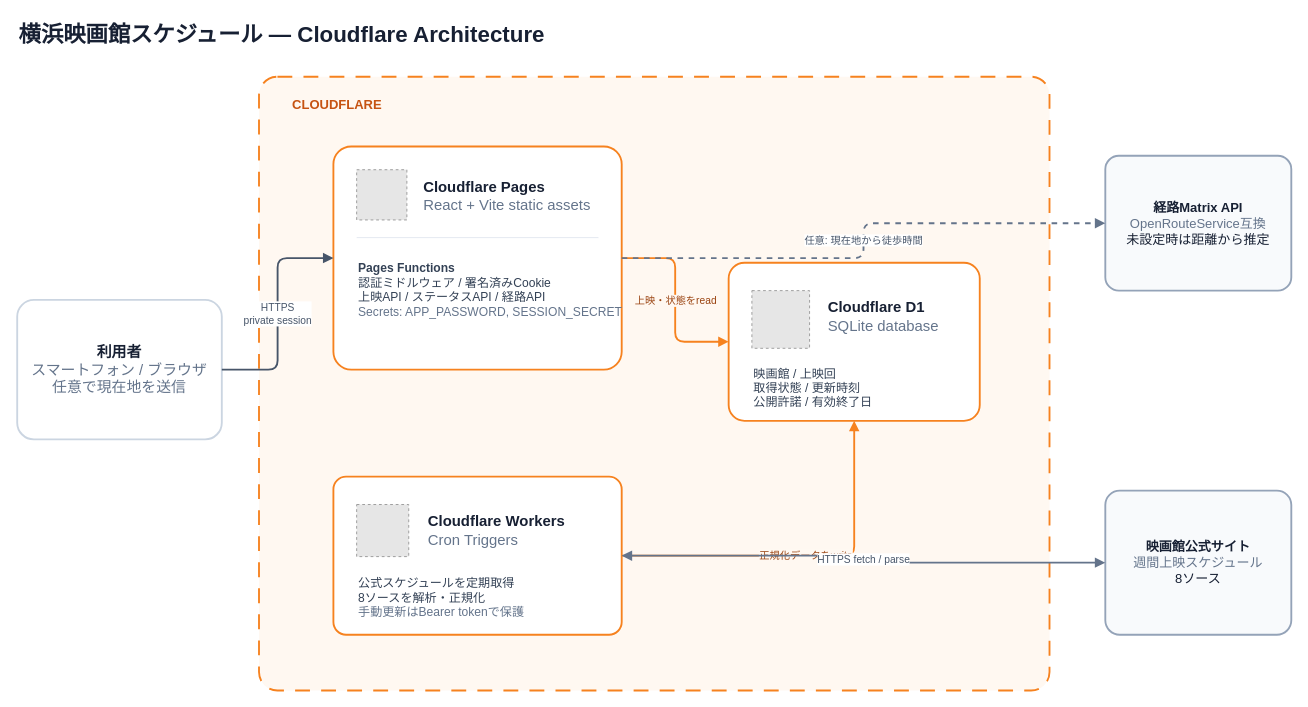
Earlier version of the draw.io diagram docs/architecture/cloudflare-architecture.drawio (daylight55/yokohama-cinema-schedule). Source tidied: cells renumbered, new cells numbered last; positions are measured from the earlier drawing's top-left corner, leaving out a move shared by most shapes. Both pictures are drawn from the tidied source at 93%, with x=0, y=0 at pixel (17, 16). Pictures stored in the file or linked from it are replaced by grey dashed boxes.
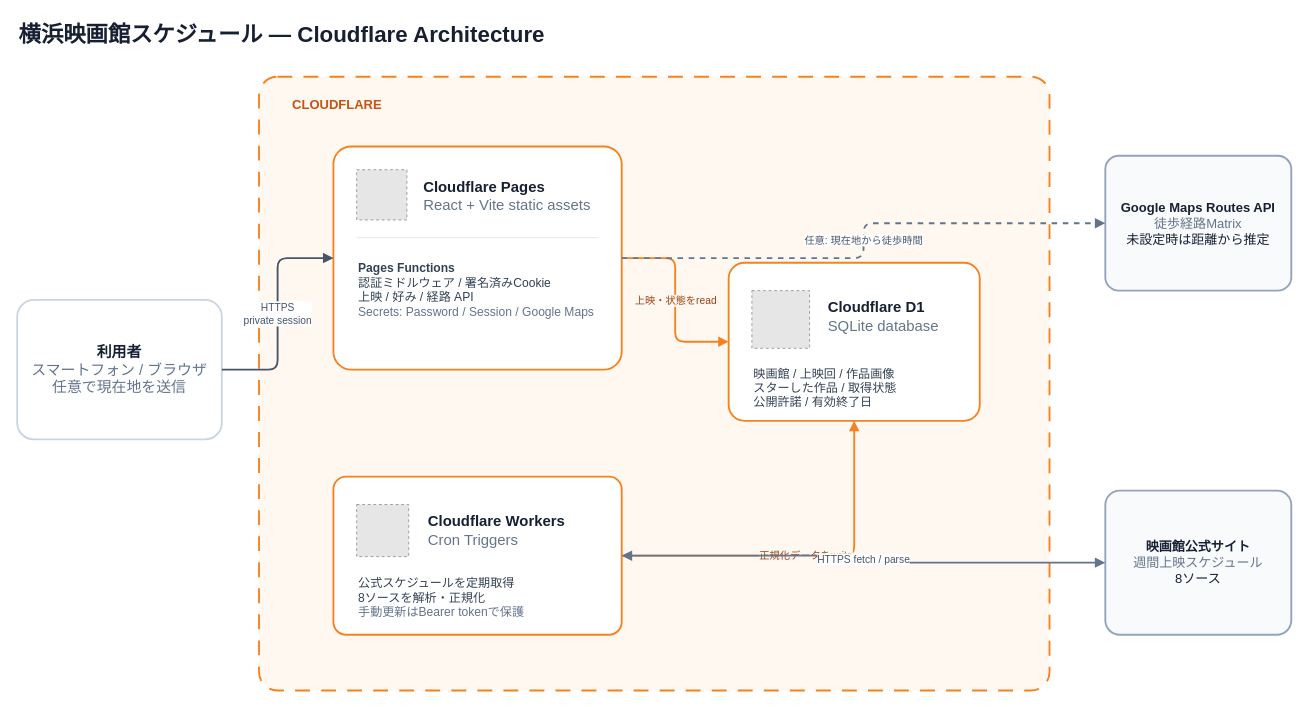
After the change.

The edit, as a diff of the source:
```diff
@@
-    <mxCell id="10" value="&lt;b&gt;Pages Functions&lt;/b&gt;&lt;br&gt;認証ミドルウェア / 署名済みCookie&lt;br&gt;上映API / ステータスAPI / 経路API&lt;br&gt;&lt;font color=&quot;#64748B&quot;&gt;Secrets: APP_PASSWORD, SESSION_SECRET&lt;/font&gt;" style="text;html=1;strokeColor=none;fillColor=none;align=left;verticalAlign=top;fontSize=13;fontColor=#334155;spacingTop=4;" parent="1" vertex="1">
+    <mxCell id="10" value="&lt;b&gt;Pages Functions&lt;/b&gt;&lt;br&gt;認証ミドルウェア / 署名済みCookie&lt;br&gt;上映 / 好み / 経路 API&lt;br&gt;&lt;font color=&quot;#64748B&quot;&gt;Secrets: Password / Session / Google Maps&lt;/font&gt;" style="text;html=1;strokeColor=none;fillColor=none;align=left;verticalAlign=top;fontSize=13;fontColor=#334155;spacingTop=4;" parent="1" vertex="1">
       <mxGeometry x="365" y="253" width="260" height="105" as="geometry" />
     </mxCell>
@@
-    <mxCell id="14" value="映画館 / 上映回&lt;br&gt;取得状態 / 更新時刻&lt;br&gt;公開許諾 / 有効終了日" style="text;html=1;strokeColor=none;fillColor=none;align=left;verticalAlign=top;fontSize=13;fontColor=#334155;" parent="1" vertex="1">
+    <mxCell id="14" value="映画館 / 上映回 / 作品画像&lt;br&gt;スターした作品 / 取得状態&lt;br&gt;公開許諾 / 有効終了日" style="text;html=1;strokeColor=none;fillColor=none;align=left;verticalAlign=top;fontSize=13;fontColor=#334155;" parent="1" vertex="1">
       <mxGeometry x="790" y="370" width="220" height="60" as="geometry" />
     </mxCell>
@@
-    <mxCell id="19" value="&lt;b&gt;経路Matrix API&lt;/b&gt;&lt;br&gt;&lt;font color=&quot;#64748B&quot;&gt;OpenRouteService互換&lt;/font&gt;&lt;br&gt;未設定時は距離から推定" style="rounded=1;whiteSpace=wrap;html=1;arcSize=10;fillColor=#F8FAFC;strokeColor=#94A3B8;strokeWidth=2;align=center;verticalAlign=middle;fontSize=14;fontColor=#172033;spacing=10;" parent="1" vertex="1">
+    <mxCell id="19" value="&lt;b&gt;Google Maps Routes API&lt;/b&gt;&lt;br&gt;&lt;font color=&quot;#64748B&quot;&gt;徒歩経路Matrix&lt;/font&gt;&lt;br&gt;未設定時は距離から推定" style="rounded=1;whiteSpace=wrap;html=1;arcSize=10;fillColor=#F8FAFC;strokeColor=#94A3B8;strokeWidth=2;align=center;verticalAlign=middle;fontSize=14;fontColor=#172033;spacing=10;" parent="1" vertex="1">
       <mxGeometry x="1170" y="150" width="200" height="145" as="geometry" />
     </mxCell>
```
